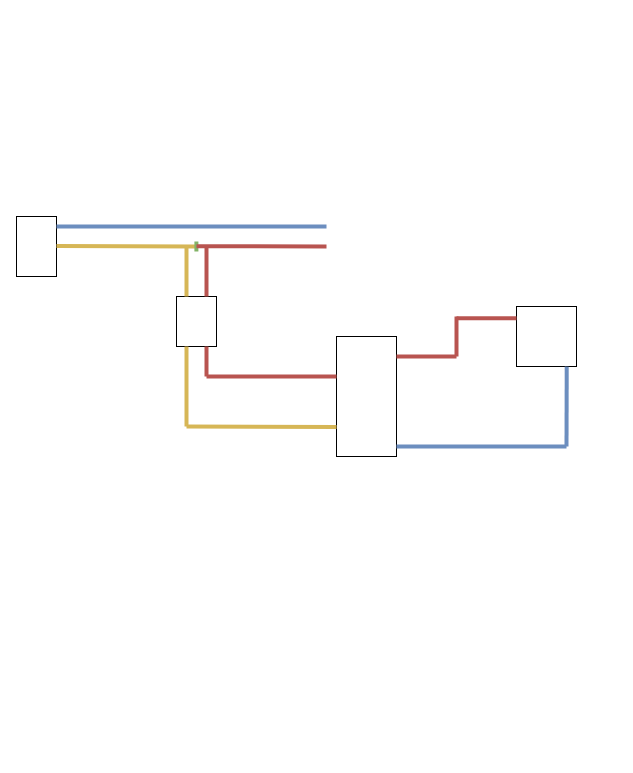
Earlier version of the draw.io diagram hydraulik2.drawio (eddi0815/socket2). Source tidied: cells renumbered, new cells numbered last; positions are measured from the earlier drawing's top-left corner, leaving out a move shared by most shapes. Both pictures are drawn from the tidied source at 100%, with x=0, y=0 at pixel (16, 216).
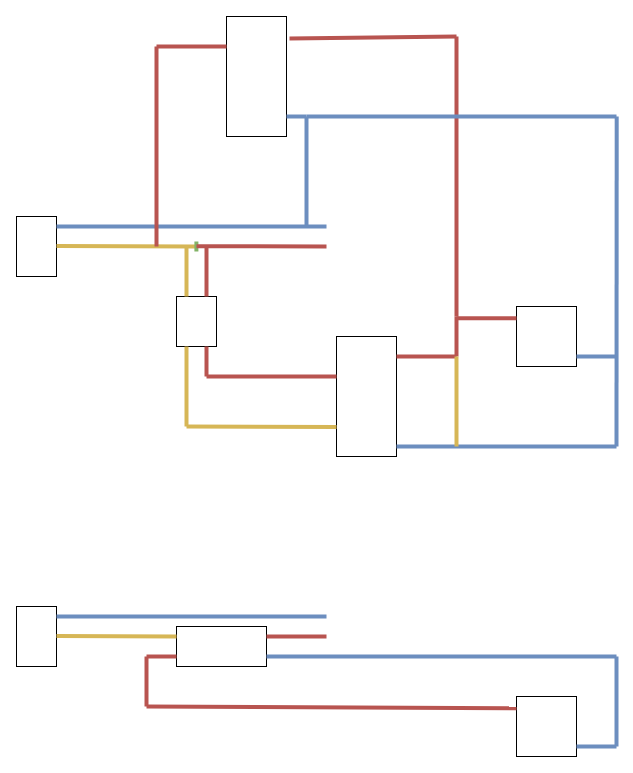
The same diagram, later.

The change refers to these unchanged cells:
```xml
<mxCell id="15" style="rounded=0;whiteSpace=wrap;html=1;rotation=90;" parent="1" vertex="1">
  <mxGeometry x="500" y="90" width="60" height="60" as="geometry" />
</mxCell>
```

The edit, as a diff of the source:
```diff
@@
     <mxCell id="17" style="endArrow=none;html=1;rounded=0;jumpSize=6;strokeWidth=4;fillColor=#dae8fc;strokeColor=#6c8ebf;" parent="1" edge="1">
       <mxGeometry relative="1" as="geometry">
         <mxPoint x="380" y="230" as="sourcePoint" />
-        <mxPoint x="550" y="230" as="targetPoint" />
+        <mxPoint x="600" y="230" as="targetPoint" />
       </mxGeometry>
     </mxCell>
@@
-    <mxCell id="20" style="endArrow=none;html=1;rounded=0;jumpSize=6;strokeWidth=4;fillColor=#dae8fc;strokeColor=#6c8ebf;exitX=1.002;exitY=0.163;exitDx=0;exitDy=0;exitPerimeter=0;" parent="1" edge="1" source="15">
+    <mxCell id="20" style="endArrow=none;html=1;rounded=0;jumpSize=6;strokeWidth=4;fillColor=#dae8fc;strokeColor=#6c8ebf;" parent="1" edge="1">
       <mxGeometry relative="1" as="geometry">
-        <mxPoint x="550" y="230" as="targetPoint" />
+        <mxPoint x="600.2" y="-100" as="sourcePoint" />
+        <mxPoint x="600" y="230" as="targetPoint" />
       </mxGeometry>
     </mxCell>
+    <mxCell id="21" style="endArrow=none;html=1;rounded=0;jumpSize=6;strokeWidth=4;fillColor=#dae8fc;strokeColor=#6c8ebf;" parent="1" edge="1">
+      <mxGeometry relative="1" as="geometry">
+        <mxPoint x="560" y="140" as="sourcePoint" />
+        <mxPoint x="600" y="140" as="targetPoint" />
+      </mxGeometry>
+    </mxCell>
+    <mxCell id="22" style="rounded=0;whiteSpace=wrap;html=1;rotation=90;" parent="1" vertex="1">
+      <mxGeometry x="180" y="-170" width="120" height="60" as="geometry" />
+    </mxCell>
+    <mxCell id="23" style="endArrow=none;html=1;rounded=0;jumpSize=6;strokeWidth=4;fillColor=#fff2cc;strokeColor=#d6b656;" parent="1" edge="1">
+      <mxGeometry relative="1" as="geometry">
+        <mxPoint x="440" y="140" as="sourcePoint" />
+        <mxPoint x="440" y="230" as="targetPoint" />
+      </mxGeometry>
+    </mxCell>
+    <mxCell id="24" style="endArrow=none;html=1;rounded=0;jumpSize=6;strokeWidth=4;fillColor=#f8cecc;strokeColor=#b85450;" parent="1" edge="1">
+      <mxGeometry relative="1" as="geometry">
+        <mxPoint x="140" y="30" as="sourcePoint" />
+        <mxPoint x="140" y="-170" as="targetPoint" />
+      </mxGeometry>
+    </mxCell>
+    <mxCell id="25" style="rounded=0;whiteSpace=wrap;html=1;" parent="1" vertex="1">
+      <mxGeometry y="390" width="40" height="60" as="geometry" />
+    </mxCell>
+    <mxCell id="26" style="endArrow=none;html=1;rounded=0;jumpSize=6;strokeWidth=4;fillColor=#f8cecc;strokeColor=#b85450;entryX=0.25;entryY=1;entryDx=0;entryDy=0;" parent="1" edge="1" target="22">
+      <mxGeometry relative="1" as="geometry">
+        <mxPoint x="140" y="-170" as="sourcePoint" />
+      </mxGeometry>
+    </mxCell>
+    <mxCell id="27" style="rounded=0;whiteSpace=wrap;html=1;" parent="1" vertex="1">
+      <mxGeometry x="160" y="410" width="90" height="40" as="geometry" />
+    </mxCell>
+    <mxCell id="28" style="endArrow=none;html=1;rounded=0;jumpSize=6;strokeWidth=4;fillColor=#f8cecc;strokeColor=#b85450;" parent="1" edge="1">
+      <mxGeometry relative="1" as="geometry">
+        <mxPoint x="440" y="100" as="sourcePoint" />
+        <mxPoint x="440" y="-180" as="targetPoint" />
+      </mxGeometry>
+    </mxCell>
+    <mxCell id="29" style="endArrow=none;html=1;rounded=0;jumpSize=6;strokeWidth=4;fillColor=#dae8fc;strokeColor=#6c8ebf;entryX=0;entryY=0.5;entryDx=0;entryDy=0;" parent="1" edge="1">
+      <mxGeometry relative="1" as="geometry">
+        <mxPoint x="40" y="400" as="sourcePoint" />
+        <mxPoint x="310" y="400" as="targetPoint" />
+      </mxGeometry>
+    </mxCell>
+    <mxCell id="30" style="endArrow=none;html=1;rounded=0;jumpSize=6;strokeWidth=4;fillColor=#f8cecc;strokeColor=#b85450;exitX=0.183;exitY=-0.05;exitDx=0;exitDy=0;exitPerimeter=0;" parent="1" edge="1" source="22">
+      <mxGeometry relative="1" as="geometry">
+        <mxPoint x="440" y="-180" as="targetPoint" />
+      </mxGeometry>
+    </mxCell>
+    <mxCell id="31" style="endArrow=none;html=1;rounded=0;jumpSize=6;strokeWidth=4;fillColor=#fff2cc;strokeColor=#d6b656;" parent="1" edge="1">
+      <mxGeometry relative="1" as="geometry">
+        <mxPoint x="40" y="419.5" as="sourcePoint" />
+        <mxPoint x="160" y="420" as="targetPoint" />
+      </mxGeometry>
+    </mxCell>
+    <mxCell id="32" style="endArrow=none;html=1;rounded=0;jumpSize=6;strokeWidth=4;fillColor=#dae8fc;strokeColor=#6c8ebf;" parent="1" edge="1">
+      <mxGeometry relative="1" as="geometry">
+        <mxPoint x="290" y="-100" as="sourcePoint" />
+        <mxPoint x="290" y="10" as="targetPoint" />
+      </mxGeometry>
+    </mxCell>
+    <mxCell id="33" style="endArrow=none;html=1;rounded=0;jumpSize=6;strokeWidth=4;fillColor=#f8cecc;strokeColor=#b85450;" parent="1" edge="1">
+      <mxGeometry relative="1" as="geometry">
+        <mxPoint x="250" y="420" as="sourcePoint" />
+        <mxPoint x="310" y="420" as="targetPoint" />
+      </mxGeometry>
+    </mxCell>
+    <mxCell id="34" style="endArrow=none;html=1;rounded=0;jumpSize=6;strokeWidth=4;fillColor=#dae8fc;strokeColor=#6c8ebf;" parent="1" edge="1">
+      <mxGeometry relative="1" as="geometry">
+        <mxPoint x="270" y="-100" as="sourcePoint" />
+        <mxPoint x="290" y="-100" as="targetPoint" />
+      </mxGeometry>
+    </mxCell>
+    <mxCell id="35" style="rounded=0;whiteSpace=wrap;html=1;rotation=90;" parent="1" vertex="1">
+      <mxGeometry x="500" y="480" width="60" height="60" as="geometry" />
+    </mxCell>
+    <mxCell id="36" style="endArrow=none;html=1;rounded=0;jumpSize=6;strokeWidth=4;fillColor=#dae8fc;strokeColor=#6c8ebf;" parent="1" edge="1">
+      <mxGeometry relative="1" as="geometry">
+        <mxPoint x="290" y="-100" as="sourcePoint" />
+        <mxPoint x="600" y="-100" as="targetPoint" />
+      </mxGeometry>
+    </mxCell>
+    <mxCell id="37" style="endArrow=none;html=1;rounded=0;jumpSize=6;strokeWidth=4;fillColor=#f8cecc;strokeColor=#b85450;" parent="1" edge="1">
+      <mxGeometry relative="1" as="geometry">
+        <mxPoint x="130" y="440" as="sourcePoint" />
+        <mxPoint x="160" y="440" as="targetPoint" />
+      </mxGeometry>
+    </mxCell>
+    <mxCell id="38" style="endArrow=none;html=1;rounded=0;jumpSize=6;strokeWidth=4;fillColor=#f8cecc;strokeColor=#b85450;" parent="1" edge="1">
+      <mxGeometry relative="1" as="geometry">
+        <mxPoint x="130" y="490" as="sourcePoint" />
+        <mxPoint x="500" y="491.7" as="targetPoint" />
+      </mxGeometry>
+    </mxCell>
+    <mxCell id="39" style="endArrow=none;html=1;rounded=0;jumpSize=6;strokeWidth=4;fillColor=#dae8fc;strokeColor=#6c8ebf;" parent="1" edge="1">
+      <mxGeometry relative="1" as="geometry">
+        <mxPoint x="600" y="440" as="sourcePoint" />
+        <mxPoint x="600" y="530" as="targetPoint" />
+      </mxGeometry>
+    </mxCell>
+    <mxCell id="40" style="endArrow=none;html=1;rounded=0;jumpSize=6;strokeWidth=4;fillColor=#dae8fc;strokeColor=#6c8ebf;" parent="1" edge="1">
+      <mxGeometry relative="1" as="geometry">
+        <mxPoint x="560" y="530" as="sourcePoint" />
+        <mxPoint x="600" y="530" as="targetPoint" />
+      </mxGeometry>
+    </mxCell>
+    <mxCell id="41" style="endArrow=none;html=1;rounded=0;jumpSize=6;strokeWidth=4;fillColor=#f8cecc;strokeColor=#b85450;" parent="1" edge="1">
+      <mxGeometry relative="1" as="geometry">
+        <mxPoint x="130" y="490" as="sourcePoint" />
+        <mxPoint x="130" y="440" as="targetPoint" />
+      </mxGeometry>
+    </mxCell>
+    <mxCell id="42" style="endArrow=none;html=1;rounded=0;jumpSize=6;strokeWidth=4;fillColor=#dae8fc;strokeColor=#6c8ebf;" parent="1" edge="1">
+      <mxGeometry relative="1" as="geometry">
+        <mxPoint x="250" y="440" as="sourcePoint" />
+        <mxPoint x="600" y="440" as="targetPoint" />
+      </mxGeometry>
+    </mxCell>
```
